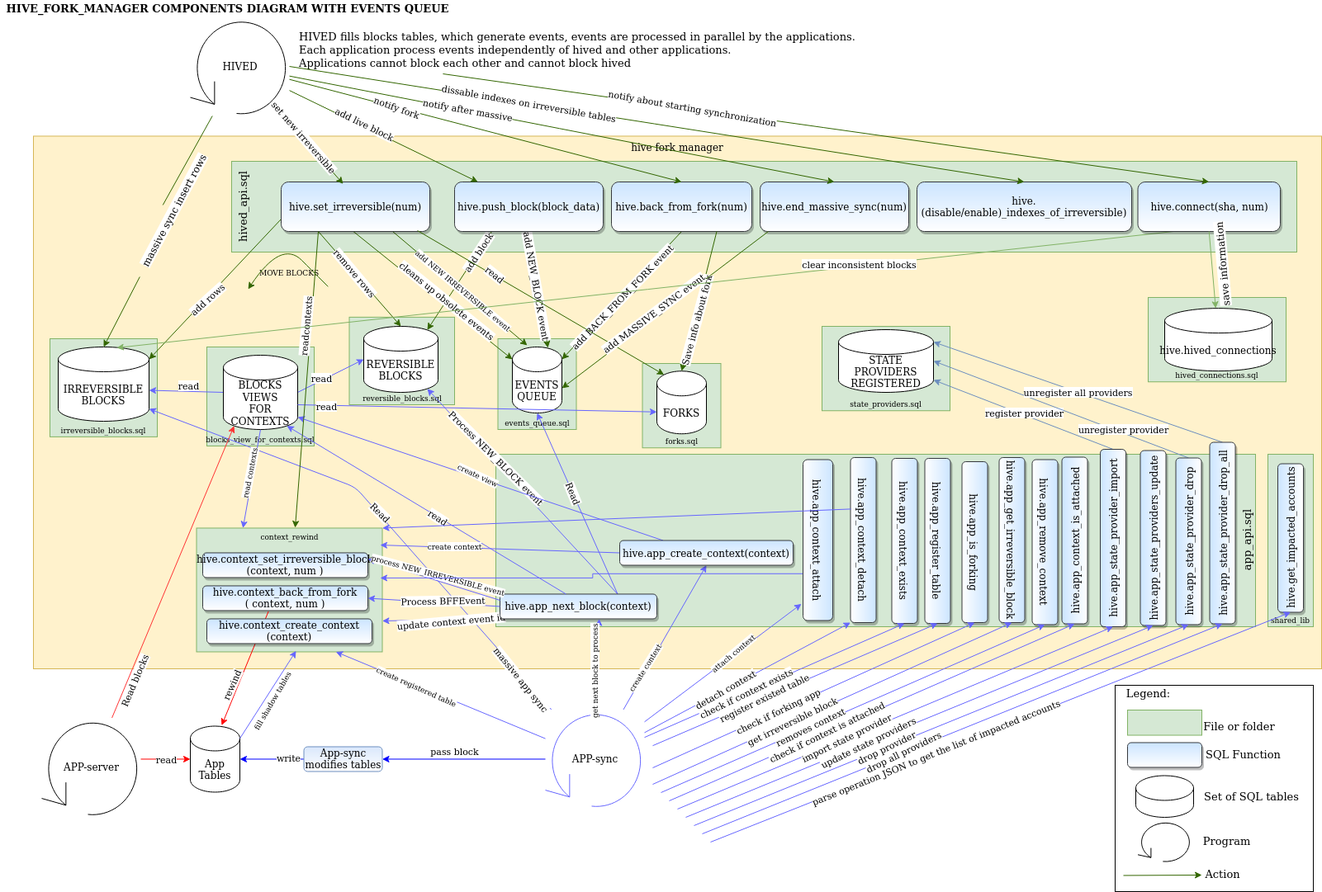
Above: src/hive_fork_manager/doc/evq_c3.png in openhive-network/HAfAH (draw.io), before the change. Source tidied: cells renumbered, new cells last; positions are measured from the earlier drawing's top-left corner, leaving out a move shared by most shapes.
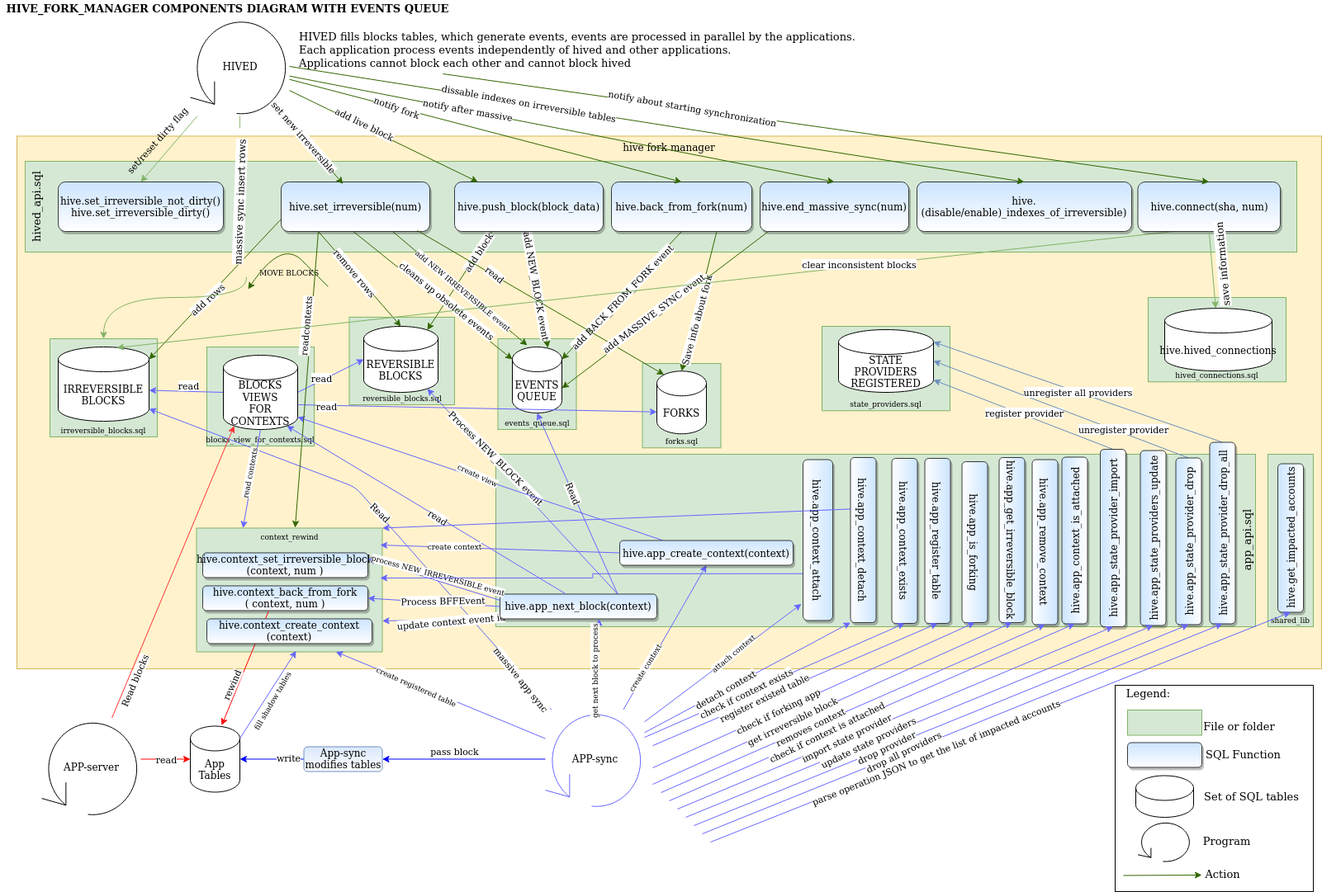
Later version of the same file.

What changed in the source:
```diff
@@ -6,7 +6,7 @@
       <mxGeometry x="1350" y="830" width="240" height="250" as="geometry" />
     </mxCell>
     <mxCell id="3" value="hive fork manager" style="rounded=0;whiteSpace=wrap;html=1;strokeColor=#d6b656;align=center;verticalAlign=top;fillColor=#fff2cc;fontColor=default;" parent="1" vertex="1">
-      <mxGeometry x="40" y="164.5" width="1560" height="645.5" as="geometry" />
+      <mxGeometry x="20" y="164.5" width="1580" height="645.5" as="geometry" />
     </mxCell>
     <mxCell id="4" value="blocks_view_for_contexts.sql" style="rounded=0;whiteSpace=wrap;html=1;labelBackgroundColor=none;fontSize=9;verticalAlign=bottom;fillColor=#d5e8d4;strokeColor=#82b366;" parent="1" vertex="1">
       <mxGeometry x="250" y="420" width="130" height="120" as="geometry" />
@@ -27,7 +27,7 @@
       <mxGeometry x="600" y="550" width="920" height="209" as="geometry" />
     </mxCell>
     <mxCell id="10" value="&lt;div&gt;hived_api.sql&lt;/div&gt;" style="rounded=0;whiteSpace=wrap;html=1;labelBackgroundColor=none;fontSize=13;align=center;horizontal=0;verticalAlign=top;fillColor=#d5e8d4;strokeColor=#82b366;fontColor=default;" parent="1" vertex="1">
-      <mxGeometry x="280" y="195" width="1290" height="110" as="geometry" />
+      <mxGeometry x="30" y="195" width="1540" height="110" as="geometry" />
     </mxCell>
     <mxCell id="11" value="HIVED" style="shape=mxgraph.bpmn.loop;html=1;outlineConnect=0;" parent="1" vertex="1">
       <mxGeometry x="230" y="20" width="120" height="120" as="geometry" />
@@ -262,9 +262,6 @@
     <mxCell id="71" value="&lt;div&gt;BLOCKS&lt;/div&gt;&lt;div&gt;VIEWS&lt;/div&gt;&lt;div&gt;FOR CONTEXTS&lt;br&gt;&lt;/div&gt;" style="shape=cylinder3;whiteSpace=wrap;html=1;boundedLbl=1;backgroundOutline=1;size=15;" parent="1" vertex="1">
       <mxGeometry x="270" y="430" width="90" height="90" as="geometry" />
     </mxCell>
-    <mxCell id="72" style="endArrow=classic;html=1;strokeColor=#336600;entryX=0.5;entryY=0;entryDx=0;entryDy=0;entryPerimeter=0;startArrow=none;" parent="1" edge="1" source="99" target="29">
-      <mxGeometry relative="1" as="geometry" />
-    </mxCell>
     <mxCell id="73" value="MOVE BLOCKS" style="text;html=1;strokeColor=none;fillColor=none;align=center;verticalAlign=middle;whiteSpace=wrap;rounded=0;labelBackgroundColor=none;fontSize=9;" parent="1" vertex="1">
       <mxGeometry x="305" y="320" width="90" height="20" as="geometry" />
     </mxCell>
@@ -365,12 +362,6 @@
         </Array>
       </mxGeometry>
     </mxCell>
-    <mxCell id="99" value="massive sync insert rows" style="text;html=1;align=center;verticalAlign=middle;points=[];strokeColor=none;rotation=298;spacing=5;labelBackgroundColor=#ffffff;" parent="1" vertex="1">
-      <mxGeometry x="120" y="240" width="180" height="30" as="geometry" />
-    </mxCell>
-    <mxCell id="100" style="endArrow=none;html=1;strokeColor=#336600;entryX=0.5;entryY=0;entryDx=0;entryDy=0;entryPerimeter=0;" parent="1" edge="1" source="11" target="99">
-      <mxGeometry relative="1" as="geometry" />
-    </mxCell>
     <mxCell id="101" value="FORKS" style="shape=cylinder3;whiteSpace=wrap;html=1;boundedLbl=1;backgroundOutline=1;size=15;" parent="1" vertex="1">
       <mxGeometry x="795" y="449.2" width="60" height="76" as="geometry" />
     </mxCell>
@@ -652,5 +643,28 @@
     <mxCell id="181" value="Action" style="text;html=1;align=center;verticalAlign=middle;strokeColor=none;fillColor=none;fontSize=13;fontColor=#000000;" parent="1" vertex="1">
       <mxGeometry x="1450" y="1049.5" width="60" height="20" as="geometry" />
     </mxCell>
+    <mxCell id="182" value="hive.set_irreversible_not_dirty()&lt;br&gt;hive.set_irreversible_dirty()" style="rounded=1;whiteSpace=wrap;html=1;align=center;fillColor=#cce5ff;strokeColor=#36393d;glass=0;sketch=0;shadow=1;gradientColor=#ffffff;" parent="1" vertex="1">
+      <mxGeometry x="70" y="220" width="200" height="60" as="geometry" />
+    </mxCell>
+    <mxCell id="183" style="endArrow=classic;html=1;rounded=0;edgeStyle=orthogonalEdgeStyle;curved=1;fillColor=#d5e8d4;strokeColor=#82b366;startArrow=none;" parent="1" edge="1" source="99" target="8">
+      <mxGeometry relative="1" as="geometry">
+        <Array as="points">
+          <mxPoint x="300" y="360" />
+          <mxPoint x="125" y="360" />
+        </Array>
+      </mxGeometry>
+    </mxCell>
+    <mxCell id="99" value="massive sync insert rows" style="text;html=1;align=center;verticalAlign=middle;points=[];strokeColor=none;rotation=272;spacing=5;labelBackgroundColor=#ffffff;" parent="1" vertex="1">
+      <mxGeometry x="200" y="230" width="180" height="30" as="geometry" />
+    </mxCell>
+    <mxCell id="100" style="endArrow=none;html=1;rounded=0;edgeStyle=orthogonalEdgeStyle;curved=1;fillColor=#d5e8d4;strokeColor=#82b366;" parent="1" edge="1" source="11" target="99">
+      <mxGeometry relative="1" as="geometry" />
+    </mxCell>
+    <mxCell id="184" style="endArrow=classic;html=1;rounded=0;fontSize=11;curved=1;entryX=0.5;entryY=0;entryDx=0;entryDy=0;fillColor=#d5e8d4;strokeColor=#82b366;" parent="1" edge="1" source="11" target="182">
+      <mxGeometry relative="1" as="geometry" />
+    </mxCell>
+    <mxCell id="185" value="set/reset dirty flag" style="text;html=1;align=center;verticalAlign=middle;strokeColor=none;fillColor=none;fontSize=11;rotation=312;" parent="1" vertex="1">
+      <mxGeometry x="130" y="160" width="120" height="20" as="geometry" />
+    </mxCell>
   </root>
 </mxGraphModel>
```
